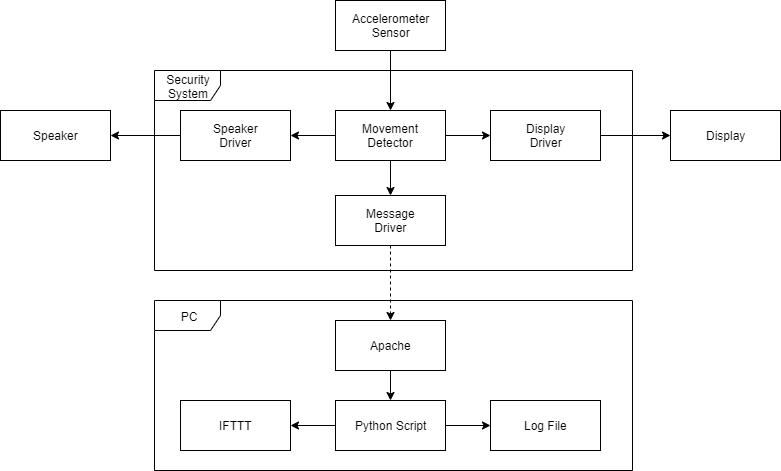
Before: Documents/Security System Block Diagram v2.0.png, a diagram exported from draw.io (LucasWagler/ECE-371-Project). Source tidied: cells renumbered, new cells last; positions are measured from the earlier drawing's top-left corner, leaving out a move shared by most shapes. Its diagram source:
```xml
<mxGraphModel>
  <root>
    <mxCell id="0" />
    <mxCell id="1" parent="0" />
    <mxCell id="2" value="PC" style="shape=umlFrame;whiteSpace=wrap;html=1;width=66;height=30;" parent="1" vertex="1">
      <mxGeometry x="154" y="300" width="478" height="170" as="geometry" />
    </mxCell>
    <mxCell id="3" value="Security&lt;br&gt;System" style="shape=umlFrame;whiteSpace=wrap;html=1;width=66;height=30;" parent="1" vertex="1">
      <mxGeometry x="154" y="70" width="478" height="200" as="geometry" />
    </mxCell>
    <mxCell id="4" style="edgeStyle=orthogonalEdgeStyle;rounded=0;jettySize=auto;html=1;exitX=1;exitY=0.5;exitDx=0;exitDy=0;entryX=0;entryY=0.5;entryDx=0;entryDy=0;" parent="1" edge="1" source="5" target="14">
      <mxGeometry relative="1" as="geometry" />
    </mxCell>
    <mxCell id="5" value="Display&lt;br&gt;Driver" style="html=1;" parent="1" vertex="1">
      <mxGeometry x="490" y="110" width="110" height="50" as="geometry" />
    </mxCell>
    <mxCell id="6" style="edgeStyle=orthogonalEdgeStyle;rounded=0;jettySize=auto;html=1;exitX=1;exitY=0.5;exitDx=0;exitDy=0;entryX=0;entryY=0.5;entryDx=0;entryDy=0;" parent="1" edge="1" source="9" target="5">
      <mxGeometry relative="1" as="geometry" />
    </mxCell>
    <mxCell id="7" style="edgeStyle=orthogonalEdgeStyle;rounded=0;jettySize=auto;html=1;exitX=0.5;exitY=1;exitDx=0;exitDy=0;entryX=0.5;entryY=0;entryDx=0;entryDy=0;" parent="1" edge="1" source="9" target="13">
      <mxGeometry relative="1" as="geometry" />
    </mxCell>
    <mxCell id="8" style="edgeStyle=orthogonalEdgeStyle;rounded=0;jettySize=auto;html=1;exitX=0;exitY=0.5;exitDx=0;exitDy=0;entryX=1;entryY=0.5;entryDx=0;entryDy=0;" parent="1" edge="1" source="9" target="11">
      <mxGeometry relative="1" as="geometry" />
    </mxCell>
    <mxCell id="9" value="Movement&lt;br&gt;Detector" style="html=1;" parent="1" vertex="1">
      <mxGeometry x="335" y="110" width="110" height="50" as="geometry" />
    </mxCell>
    <mxCell id="10" style="edgeStyle=orthogonalEdgeStyle;rounded=0;jettySize=auto;html=1;exitX=0;exitY=0.5;exitDx=0;exitDy=0;entryX=1;entryY=0.5;entryDx=0;entryDy=0;" parent="1" edge="1" source="11" target="15">
      <mxGeometry relative="1" as="geometry" />
    </mxCell>
    <mxCell id="11" value="Speaker&lt;br&gt;Driver" style="html=1;" parent="1" vertex="1">
      <mxGeometry x="180" y="110" width="110" height="50" as="geometry" />
    </mxCell>
    <mxCell id="12" style="edgeStyle=orthogonalEdgeStyle;rounded=0;jettySize=auto;html=1;exitX=0.5;exitY=1;exitDx=0;exitDy=0;entryX=0.5;entryY=0;entryDx=0;entryDy=0;dashed=1;" parent="1" edge="1" source="13" target="17">
      <mxGeometry relative="1" as="geometry" />
    </mxCell>
    <mxCell id="13" value="Message&lt;br&gt;Driver" style="html=1;" parent="1" vertex="1">
      <mxGeometry x="335" y="195" width="110" height="50" as="geometry" />
    </mxCell>
    <mxCell id="14" value="Display" style="html=1;" parent="1" vertex="1">
      <mxGeometry x="670" y="110" width="110" height="50" as="geometry" />
    </mxCell>
    <mxCell id="15" value="Speaker" style="html=1;" parent="1" vertex="1">
      <mxGeometry y="110" width="110" height="50" as="geometry" />
    </mxCell>
    <mxCell id="16" style="edgeStyle=orthogonalEdgeStyle;rounded=0;jettySize=auto;html=1;exitX=0.5;exitY=1;exitDx=0;exitDy=0;entryX=0.5;entryY=0;entryDx=0;entryDy=0;" parent="1" edge="1" source="17" target="20">
      <mxGeometry relative="1" as="geometry" />
    </mxCell>
    <mxCell id="17" value="Apache" style="html=1;" parent="1" vertex="1">
      <mxGeometry x="335" y="320" width="110" height="50" as="geometry" />
    </mxCell>
    <mxCell id="18" style="edgeStyle=orthogonalEdgeStyle;rounded=0;jettySize=auto;html=1;exitX=0;exitY=0.5;exitDx=0;exitDy=0;entryX=1;entryY=0.5;entryDx=0;entryDy=0;" parent="1" edge="1" source="20" target="21">
      <mxGeometry relative="1" as="geometry" />
    </mxCell>
    <mxCell id="19" style="edgeStyle=orthogonalEdgeStyle;rounded=0;jettySize=auto;html=1;exitX=1;exitY=0.5;exitDx=0;exitDy=0;entryX=0;entryY=0.5;entryDx=0;entryDy=0;" parent="1" edge="1" source="20" target="22">
      <mxGeometry relative="1" as="geometry" />
    </mxCell>
    <mxCell id="20" value="Python Script" style="html=1;" parent="1" vertex="1">
      <mxGeometry x="335" y="400" width="110" height="50" as="geometry" />
    </mxCell>
    <mxCell id="21" value="IFTTT" style="html=1;" parent="1" vertex="1">
      <mxGeometry x="180" y="400" width="110" height="50" as="geometry" />
    </mxCell>
    <mxCell id="22" value="Log File" style="html=1;" parent="1" vertex="1">
      <mxGeometry x="490" y="400" width="110" height="50" as="geometry" />
    </mxCell>
    <mxCell id="23" style="edgeStyle=orthogonalEdgeStyle;rounded=0;jettySize=auto;html=1;exitX=0.5;exitY=1;exitDx=0;exitDy=0;entryX=0.5;entryY=0;entryDx=0;entryDy=0;" parent="1" edge="1" source="24" target="9">
      <mxGeometry relative="1" as="geometry" />
    </mxCell>
    <mxCell id="24" value="Accelerometer&lt;br&gt;Sensor" style="html=1;" parent="1" vertex="1">
      <mxGeometry x="335" width="110" height="50" as="geometry" />
    </mxCell>
  </root>
</mxGraphModel>
```
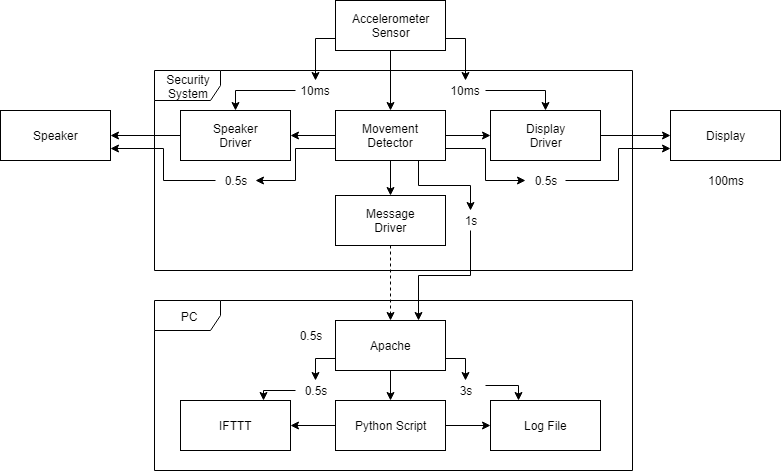
The same file after the commit.

Commit message:
Block Diagram Update

Change to the diagram source:
```diff
@@ -23,6 +23,15 @@
     <mxCell id="8" style="edgeStyle=orthogonalEdgeStyle;rounded=0;jettySize=auto;html=1;exitX=0;exitY=0.5;exitDx=0;exitDy=0;entryX=1;entryY=0.5;entryDx=0;entryDy=0;" parent="1" edge="1" source="9" target="11">
       <mxGeometry relative="1" as="geometry" />
     </mxCell>
+    <mxCell id="25" style="edgeStyle=orthogonalEdgeStyle;rounded=0;jettySize=auto;html=1;exitX=0;exitY=0.75;exitDx=0;exitDy=0;entryX=1;entryY=0.5;entryDx=0;entryDy=0;" parent="1" edge="1" source="9" target="37">
+      <mxGeometry relative="1" as="geometry" />
+    </mxCell>
+    <mxCell id="26" style="edgeStyle=orthogonalEdgeStyle;rounded=0;jettySize=auto;html=1;exitX=1;exitY=0.75;exitDx=0;exitDy=0;entryX=0;entryY=0.5;entryDx=0;entryDy=0;" parent="1" edge="1" source="9" target="39">
+      <mxGeometry relative="1" as="geometry" />
+    </mxCell>
+    <mxCell id="27" style="edgeStyle=orthogonalEdgeStyle;rounded=0;jettySize=auto;html=1;exitX=0.75;exitY=1;exitDx=0;exitDy=0;entryX=0.5;entryY=0;entryDx=0;entryDy=0;" parent="1" edge="1" source="9" target="42">
+      <mxGeometry relative="1" as="geometry" />
+    </mxCell>
     <mxCell id="9" value="Movement&lt;br&gt;Detector" style="html=1;" parent="1" vertex="1">
       <mxGeometry x="335" y="110" width="110" height="50" as="geometry" />
     </mxCell>
@@ -47,6 +56,12 @@
     <mxCell id="16" style="edgeStyle=orthogonalEdgeStyle;rounded=0;jettySize=auto;html=1;exitX=0.5;exitY=1;exitDx=0;exitDy=0;entryX=0.5;entryY=0;entryDx=0;entryDy=0;" parent="1" edge="1" source="17" target="20">
       <mxGeometry relative="1" as="geometry" />
     </mxCell>
+    <mxCell id="28" style="edgeStyle=orthogonalEdgeStyle;rounded=0;jettySize=auto;html=1;exitX=1;exitY=0.75;exitDx=0;exitDy=0;entryX=0.5;entryY=0;entryDx=0;entryDy=0;" parent="1" edge="1" source="17" target="44">
+      <mxGeometry relative="1" as="geometry" />
+    </mxCell>
+    <mxCell id="29" style="edgeStyle=orthogonalEdgeStyle;rounded=0;jettySize=auto;html=1;exitX=0;exitY=0.75;exitDx=0;exitDy=0;entryX=0.5;entryY=0;entryDx=0;entryDy=0;" parent="1" edge="1" source="17" target="47">
+      <mxGeometry relative="1" as="geometry" />
+    </mxCell>
     <mxCell id="17" value="Apache" style="html=1;" parent="1" vertex="1">
       <mxGeometry x="335" y="320" width="110" height="50" as="geometry" />
     </mxCell>
@@ -68,8 +83,62 @@
     <mxCell id="23" style="edgeStyle=orthogonalEdgeStyle;rounded=0;jettySize=auto;html=1;exitX=0.5;exitY=1;exitDx=0;exitDy=0;entryX=0.5;entryY=0;entryDx=0;entryDy=0;" parent="1" edge="1" source="24" target="9">
       <mxGeometry relative="1" as="geometry" />
     </mxCell>
+    <mxCell id="30" style="edgeStyle=orthogonalEdgeStyle;rounded=0;jettySize=auto;html=1;exitX=1;exitY=0.75;exitDx=0;exitDy=0;entryX=0.5;entryY=0;entryDx=0;entryDy=0;" parent="1" edge="1" source="24" target="33">
+      <mxGeometry relative="1" as="geometry" />
+    </mxCell>
+    <mxCell id="31" style="edgeStyle=orthogonalEdgeStyle;rounded=0;jettySize=auto;html=1;exitX=0;exitY=0.75;exitDx=0;exitDy=0;entryX=0.5;entryY=0;entryDx=0;entryDy=0;" parent="1" edge="1" source="24" target="35">
+      <mxGeometry relative="1" as="geometry" />
+    </mxCell>
     <mxCell id="24" value="Accelerometer&lt;br&gt;Sensor" style="html=1;" parent="1" vertex="1">
       <mxGeometry x="335" width="110" height="50" as="geometry" />
     </mxCell>
+    <mxCell id="32" style="edgeStyle=orthogonalEdgeStyle;rounded=0;jettySize=auto;html=1;exitX=1;exitY=0.5;exitDx=0;exitDy=0;entryX=0.5;entryY=0;entryDx=0;entryDy=0;" parent="1" edge="1" source="33" target="5">
+      <mxGeometry relative="1" as="geometry" />
+    </mxCell>
+    <mxCell id="33" value="10ms" style="text;html=1;strokeColor=none;fillColor=none;align=center;verticalAlign=middle;whiteSpace=wrap;rounded=0;" parent="1" vertex="1">
+      <mxGeometry x="445" y="80" width="40" height="20" as="geometry" />
+    </mxCell>
+    <mxCell id="34" style="edgeStyle=orthogonalEdgeStyle;rounded=0;jettySize=auto;html=1;exitX=0;exitY=0.5;exitDx=0;exitDy=0;entryX=0.5;entryY=0;entryDx=0;entryDy=0;" parent="1" edge="1" source="35" target="11">
+      <mxGeometry relative="1" as="geometry" />
+    </mxCell>
+    <mxCell id="35" value="10ms" style="text;html=1;strokeColor=none;fillColor=none;align=center;verticalAlign=middle;whiteSpace=wrap;rounded=0;" parent="1" vertex="1">
+      <mxGeometry x="295" y="80" width="40" height="20" as="geometry" />
+    </mxCell>
+    <mxCell id="36" style="edgeStyle=orthogonalEdgeStyle;rounded=0;jettySize=auto;html=1;exitX=0;exitY=0.5;exitDx=0;exitDy=0;entryX=1;entryY=0.75;entryDx=0;entryDy=0;" parent="1" edge="1" source="37" target="15">
+      <mxGeometry relative="1" as="geometry" />
+    </mxCell>
+    <mxCell id="37" value="0.5s" style="text;html=1;strokeColor=none;fillColor=none;align=center;verticalAlign=middle;whiteSpace=wrap;rounded=0;" parent="1" vertex="1">
+      <mxGeometry x="215" y="170" width="40" height="20" as="geometry" />
+    </mxCell>
+    <mxCell id="38" style="edgeStyle=orthogonalEdgeStyle;rounded=0;jettySize=auto;html=1;exitX=1;exitY=0.5;exitDx=0;exitDy=0;entryX=0;entryY=0.75;entryDx=0;entryDy=0;" parent="1" edge="1" source="39" target="14">
+      <mxGeometry relative="1" as="geometry" />
+    </mxCell>
+    <mxCell id="39" value="0.5s" style="text;html=1;strokeColor=none;fillColor=none;align=center;verticalAlign=middle;whiteSpace=wrap;rounded=0;" parent="1" vertex="1">
+      <mxGeometry x="525" y="170" width="40" height="20" as="geometry" />
+    </mxCell>
+    <mxCell id="40" value="100ms" style="text;html=1;strokeColor=none;fillColor=none;align=center;verticalAlign=middle;whiteSpace=wrap;rounded=0;" parent="1" vertex="1">
+      <mxGeometry x="705" y="170" width="40" height="20" as="geometry" />
+    </mxCell>
+    <mxCell id="41" style="edgeStyle=orthogonalEdgeStyle;rounded=0;jettySize=auto;html=1;exitX=0.5;exitY=1;exitDx=0;exitDy=0;entryX=0.75;entryY=0;entryDx=0;entryDy=0;" parent="1" edge="1" source="42" target="17">
+      <mxGeometry relative="1" as="geometry" />
+    </mxCell>
+    <mxCell id="42" value="1s" style="text;html=1;strokeColor=none;fillColor=none;align=center;verticalAlign=middle;whiteSpace=wrap;rounded=0;" parent="1" vertex="1">
+      <mxGeometry x="450" y="210" width="40" height="20" as="geometry" />
+    </mxCell>
+    <mxCell id="43" style="edgeStyle=orthogonalEdgeStyle;rounded=0;jettySize=auto;html=1;exitX=1;exitY=0.25;exitDx=0;exitDy=0;entryX=0.25;entryY=0;entryDx=0;entryDy=0;" parent="1" edge="1" source="44" target="22">
+      <mxGeometry relative="1" as="geometry" />
+    </mxCell>
+    <mxCell id="44" value="3s" style="text;html=1;strokeColor=none;fillColor=none;align=center;verticalAlign=middle;whiteSpace=wrap;rounded=0;" parent="1" vertex="1">
+      <mxGeometry x="445" y="380" width="40" height="20" as="geometry" />
+    </mxCell>
+    <mxCell id="45" value="0.5s" style="text;html=1;strokeColor=none;fillColor=none;align=center;verticalAlign=middle;whiteSpace=wrap;rounded=0;" parent="1" vertex="1">
+      <mxGeometry x="290" y="325" width="40" height="20" as="geometry" />
+    </mxCell>
+    <mxCell id="46" style="edgeStyle=orthogonalEdgeStyle;rounded=0;jettySize=auto;html=1;exitX=0;exitY=0.5;exitDx=0;exitDy=0;entryX=0.75;entryY=0;entryDx=0;entryDy=0;" parent="1" edge="1" source="47" target="21">
+      <mxGeometry relative="1" as="geometry" />
+    </mxCell>
+    <mxCell id="47" value="0.5s" style="text;html=1;strokeColor=none;fillColor=none;align=center;verticalAlign=middle;whiteSpace=wrap;rounded=0;" parent="1" vertex="1">
+      <mxGeometry x="295" y="380" width="40" height="20" as="geometry" />
+    </mxCell>
   </root>
 </mxGraphModel>
```
